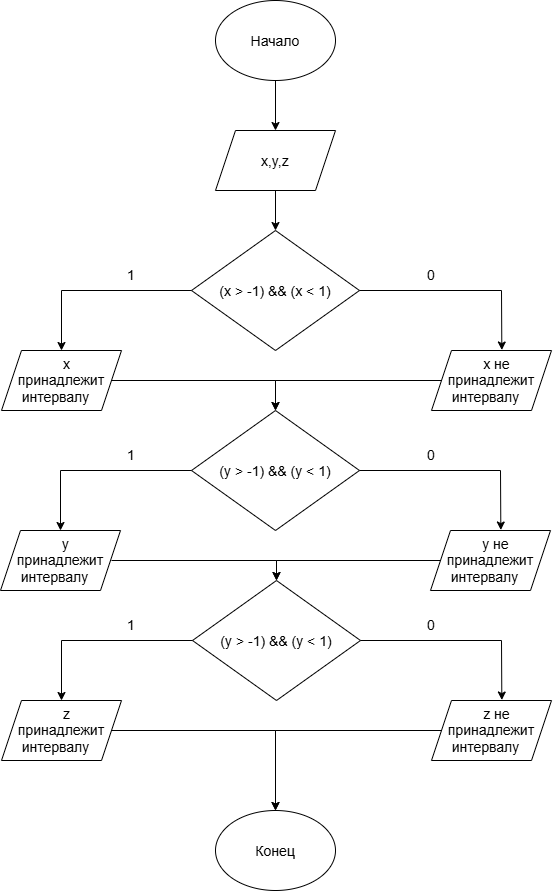
valcatio/hw6 keeps this draw.io diagram as Lab_06_13.png. Above is the earlier version. Source tidied: cells renumbered, new cells last; positions are measured from the earlier drawing's top-left corner, leaving out a move shared by most shapes.
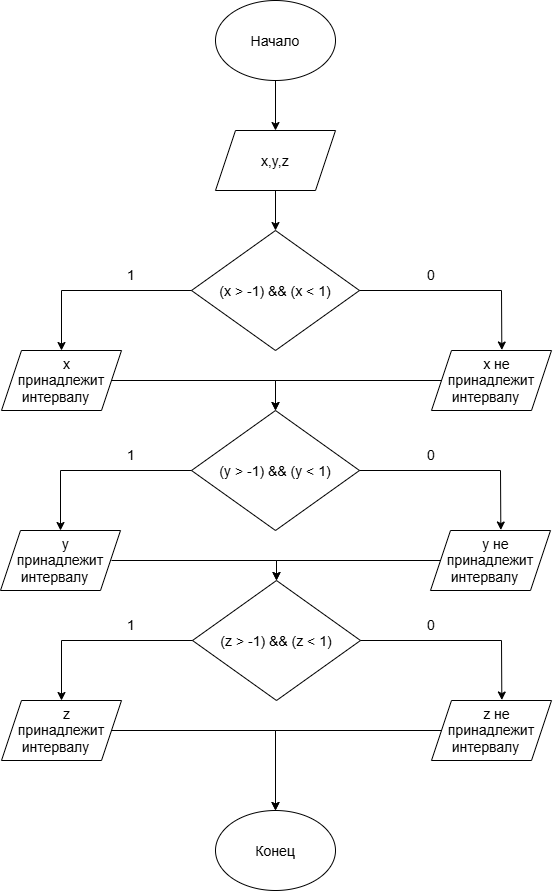
After the change.

Commit message:
Исправил схему

What changed in the source:
```diff
@@ -74,7 +74,7 @@
         </Array>
       </mxGeometry>
     </mxCell>
-    <mxCell id="18" value="(y &amp;gt; -1) &amp;amp;&amp;amp; (y &amp;lt; 1)" style="rhombus;whiteSpace=wrap;html=1;shapeInside=1;fontSize=14;fontFamily=Helvetica;" parent="1" vertex="1">
+    <mxCell id="18" value="(z &amp;gt; -1) &amp;amp;&amp;amp; (z &amp;lt; 1)" style="rhombus;whiteSpace=wrap;html=1;shapeInside=1;fontSize=14;fontFamily=Helvetica;" parent="1" vertex="1">
       <mxGeometry x="192" y="580" width="168" height="120" as="geometry" />
     </mxCell>
     <mxCell id="19" value="z принадлежит интервалу" style="shape=parallelogram;perimeter=parallelogramPerimeter;whiteSpace=wrap;html=1;shapeInside=1;fixedSize=1;fontFamily=Helvetica;fontSize=14;" parent="1" vertex="1">
```
